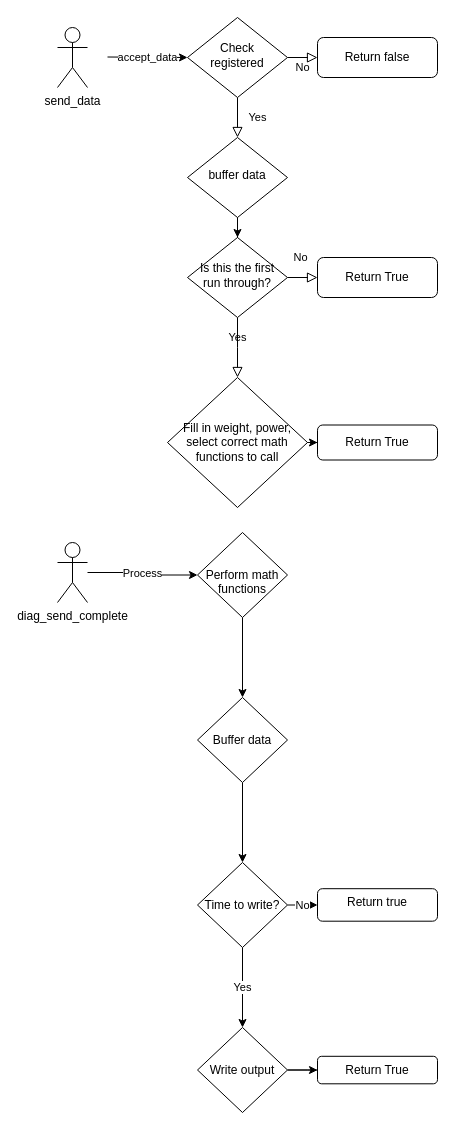
Before: diag_manager/docs_uml/acceptProcessWrite.drawio in NOAA-GFDL/FMS, a draw.io diagram. Source tidied: cells renumbered, new cells numbered last; positions are measured from the earlier drawing's top-left corner, leaving out a move shared by most shapes. Both pictures are drawn from the tidied source at 100%, with x=0, y=0 at pixel (57, 17).
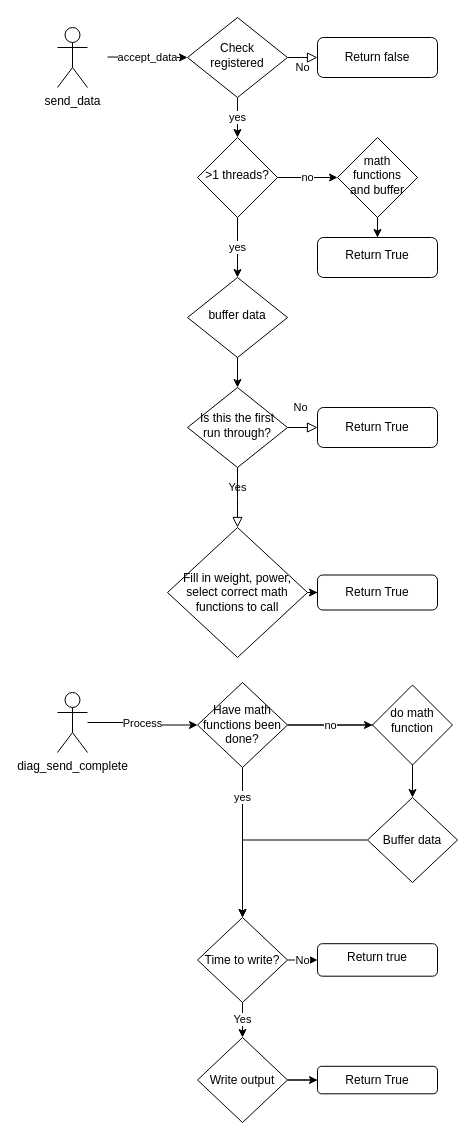
After the change.

Unchanged cells that the change refers to:
```xml
<mxCell id="4" value="Check registered" style="rhombus;whiteSpace=wrap;html=1;shadow=0;fontFamily=Helvetica;fontSize=12;align=center;strokeWidth=1;spacing=6;spacingTop=-4;" parent="1" vertex="1">
  <mxGeometry x="130" width="100" height="80" as="geometry" />
</mxCell>
```

Change to the diagram source:
```diff
@@
-    <mxCell id="2" value="Yes" style="rounded=0;html=1;jettySize=auto;fontSize=11;endArrow=block;endFill=0;endSize=8;strokeWidth=1;shadow=0;labelBackgroundColor=none;edgeStyle=orthogonalEdgeStyle;entryX=0.5;entryY=0;entryDx=0;entryDy=0;" parent="1" edge="1" source="4" target="14">
-      <mxGeometry y="20" relative="1" as="geometry" />
-    </mxCell>
@@
+    <mxCell id="32" value="yes" style="edgeStyle=orthogonalEdgeStyle;rounded=0;jettySize=auto;html=1;" parent="1" edge="1" source="4" target="37">
+      <mxGeometry relative="1" as="geometry" />
+    </mxCell>
@@
     <mxCell id="7" value="Yes" style="edgeStyle=orthogonalEdgeStyle;rounded=0;html=1;jettySize=auto;fontSize=11;endArrow=block;endFill=0;endSize=8;strokeWidth=1;shadow=0;labelBackgroundColor=none;" parent="1" edge="1" source="8">
       <mxGeometry y="10" relative="1" as="geometry">
-        <mxPoint x="180" y="360" as="targetPoint" />
+        <mxPoint x="180" y="510" as="targetPoint" />
       </mxGeometry>
     </mxCell>
     <mxCell id="8" value="Is this the first run through?" style="rhombus;whiteSpace=wrap;html=1;shadow=0;fontFamily=Helvetica;fontSize=12;align=center;strokeWidth=1;spacing=6;spacingTop=-4;" parent="1" vertex="1">
-      <mxGeometry x="130" y="220" width="100" height="80" as="geometry" />
+      <mxGeometry x="130" y="370" width="100" height="80" as="geometry" />
     </mxCell>
     <mxCell id="9" value="Return True" style="rounded=1;whiteSpace=wrap;html=1;fontSize=12;glass=0;strokeWidth=1;shadow=0;" parent="1" vertex="1">
-      <mxGeometry x="260" y="240" width="120" height="40" as="geometry" />
+      <mxGeometry x="260" y="390" width="120" height="40" as="geometry" />
     </mxCell>
@@
     <mxCell id="14" value="buffer data" style="rhombus;whiteSpace=wrap;html=1;shadow=0;fontFamily=Helvetica;fontSize=12;align=center;strokeWidth=1;spacing=6;spacingTop=-4;" parent="1" vertex="1">
-      <mxGeometry x="130" y="120" width="100" height="80" as="geometry" />
+      <mxGeometry x="130" y="260" width="100" height="80" as="geometry" />
     </mxCell>
@@
     <mxCell id="16" value="Fill in weight, power, select correct math functions to call" style="rhombus;whiteSpace=wrap;html=1;" parent="1" vertex="1">
-      <mxGeometry x="110" y="360" width="140" height="130" as="geometry" />
+      <mxGeometry x="110" y="510" width="140" height="130" as="geometry" />
     </mxCell>
     <mxCell id="17" value="Return True" style="rounded=1;whiteSpace=wrap;html=1;" parent="1" vertex="1">
-      <mxGeometry x="260" y="407.5" width="120" height="35" as="geometry" />
+      <mxGeometry x="260" y="557.5" width="120" height="35" as="geometry" />
     </mxCell>
@@
     <mxCell id="19" value="diag_send_complete" style="shape=umlActor;verticalLabelPosition=bottom;verticalAlign=top;html=1;outlineConnect=0;" parent="1" vertex="1">
-      <mxGeometry y="525" width="30" height="60" as="geometry" />
+      <mxGeometry y="675" width="30" height="60" as="geometry" />
     </mxCell>
@@
+    <mxCell id="33" value="no" style="edgeStyle=orthogonalEdgeStyle;rounded=0;jettySize=auto;html=1;" parent="1" edge="1" source="21" target="41">
+      <mxGeometry relative="1" as="geometry" />
+    </mxCell>
+    <mxCell id="34" value="yes" style="edgeStyle=orthogonalEdgeStyle;rounded=0;jettySize=auto;html=1;entryX=0.5;entryY=0;entryDx=0;entryDy=0;" parent="1" edge="1" source="21" target="26">
+      <mxGeometry x="-0.6" relative="1" as="geometry" />
+    </mxCell>
-    <mxCell id="21" value="&lt;br&gt;&lt;br&gt;Perform math functions" style="rhombus;whiteSpace=wrap;html=1;verticalAlign=top;align=center;" parent="1" vertex="1">
-      <mxGeometry x="140" y="515" width="90" height="85" as="geometry" />
+    <mxCell id="21" value="&lt;br&gt;Have math functions been done?" style="rhombus;whiteSpace=wrap;html=1;verticalAlign=top;align=center;" parent="1" vertex="1">
+      <mxGeometry x="140" y="665" width="90" height="85" as="geometry" />
     </mxCell>
@@
     <mxCell id="23" value="&lt;br&gt;&lt;br&gt;Buffer data" style="rhombus;whiteSpace=wrap;html=1;verticalAlign=top;align=center;" parent="1" vertex="1">
-      <mxGeometry x="140" y="680" width="90" height="85" as="geometry" />
+      <mxGeometry x="310" y="780" width="90" height="85" as="geometry" />
     </mxCell>
@@
     <mxCell id="26" value="&lt;br&gt;&lt;br&gt;Time to write?" style="rhombus;whiteSpace=wrap;html=1;verticalAlign=top;align=center;" parent="1" vertex="1">
-      <mxGeometry x="140" y="845" width="90" height="85" as="geometry" />
+      <mxGeometry x="140" y="900" width="90" height="85" as="geometry" />
     </mxCell>
     <mxCell id="27" value="Return true" style="rounded=1;whiteSpace=wrap;html=1;verticalAlign=top;" parent="1" vertex="1">
-      <mxGeometry x="260" y="871.2" width="120" height="32.5" as="geometry" />
+      <mxGeometry x="260" y="926.2" width="120" height="32.5" as="geometry" />
     </mxCell>
@@
     <mxCell id="29" style="edgeStyle=orthogonalEdgeStyle;rounded=0;jettySize=auto;html=1;" parent="1" edge="1" source="30">
       <mxGeometry relative="1" as="geometry">
-        <mxPoint x="295" y="1052.5" as="targetPoint" />
+        <mxPoint x="295" y="1062.5" as="targetPoint" />
       </mxGeometry>
     </mxCell>
     <mxCell id="30" value="&lt;br&gt;&lt;br&gt;Write output" style="rhombus;whiteSpace=wrap;html=1;verticalAlign=top;align=center;" parent="1" vertex="1">
-      <mxGeometry x="140" y="1010" width="90" height="85" as="geometry" />
+      <mxGeometry x="140" y="1020" width="90" height="85" as="geometry" />
     </mxCell>
     <mxCell id="31" value="Return True" style="rounded=1;whiteSpace=wrap;html=1;verticalAlign=top;" parent="1" vertex="1">
-      <mxGeometry x="260" y="1038.8" width="120" height="27.5" as="geometry" />
+      <mxGeometry x="260" y="1048.8" width="120" height="27.5" as="geometry" />
     </mxCell>
+    <mxCell id="35" value="yes" style="edgeStyle=orthogonalEdgeStyle;rounded=0;jettySize=auto;html=1;" parent="1" edge="1" source="37" target="14">
+      <mxGeometry relative="1" as="geometry" />
+    </mxCell>
+    <mxCell id="36" value="no" style="edgeStyle=orthogonalEdgeStyle;rounded=0;jettySize=auto;html=1;" parent="1" edge="1" source="37" target="39">
+      <mxGeometry relative="1" as="geometry" />
+    </mxCell>
+    <mxCell id="37" value="&amp;gt;1 threads?" style="rhombus;whiteSpace=wrap;html=1;shadow=0;strokeWidth=1;spacing=6;spacingTop=-4;" parent="1" vertex="1">
+      <mxGeometry x="140" y="120" width="80" height="80" as="geometry" />
+    </mxCell>
+    <mxCell id="38" style="edgeStyle=orthogonalEdgeStyle;rounded=0;jettySize=auto;html=1;" parent="1" edge="1" source="39" target="40">
+      <mxGeometry relative="1" as="geometry" />
+    </mxCell>
+    <mxCell id="39" value="math functions and buffer" style="rhombus;whiteSpace=wrap;html=1;shadow=0;strokeWidth=1;spacing=6;spacingTop=-4;" parent="1" vertex="1">
+      <mxGeometry x="280" y="120" width="80" height="80" as="geometry" />
+    </mxCell>
+    <mxCell id="40" value="Return True" style="rounded=1;whiteSpace=wrap;html=1;shadow=0;strokeWidth=1;spacing=6;spacingTop=-4;" parent="1" vertex="1">
+      <mxGeometry x="260" y="220" width="120" height="40" as="geometry" />
+    </mxCell>
+    <mxCell id="41" value="&lt;br&gt;do math function" style="rhombus;whiteSpace=wrap;html=1;verticalAlign=top;" parent="1" vertex="1">
+      <mxGeometry x="315" y="667.5" width="80" height="80" as="geometry" />
+    </mxCell>
```
